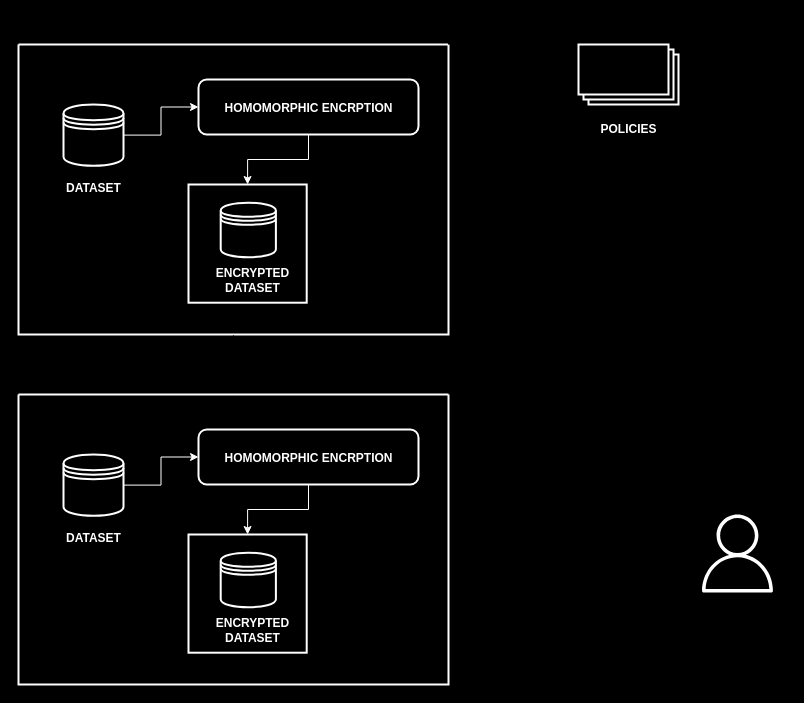
The draw.io diagram JERRY.drawio in CyberAakash/20BCS025, before the edit. Source tidied: cells renumbered, new cells numbered last; positions are measured from the earlier drawing's top-left corner, leaving out a move shared by most shapes. Both pictures are drawn from the tidied source at 100%, with x=0, y=0 at pixel (18, 44).
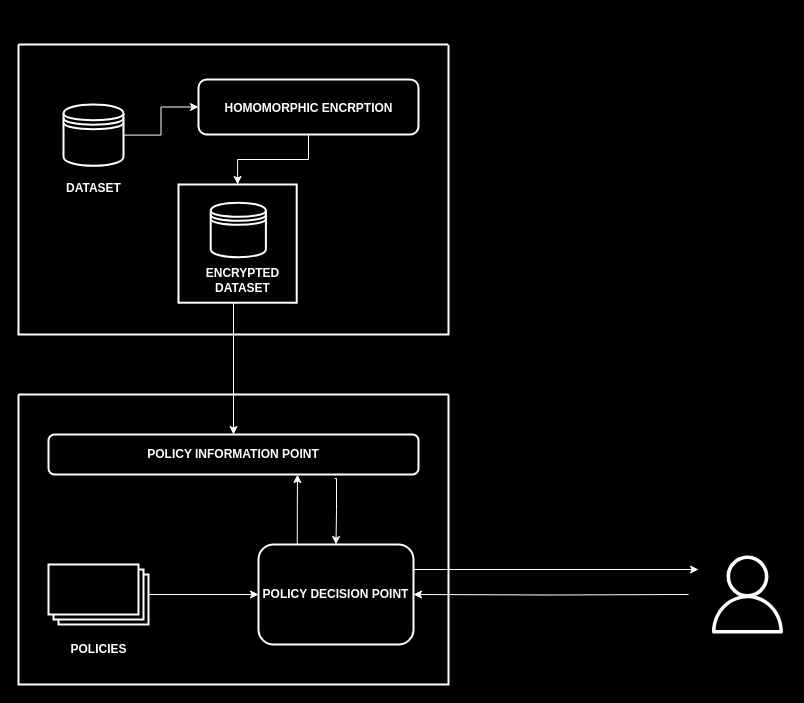
After the change.

Unchanged cells that the change refers to:
```xml
<mxCell id="2" style="swimlane;startSize=0;fillColor=#000000;strokeColor=#FFFFFF;strokeWidth=2;" parent="1" vertex="1">
  <mxGeometry width="430" height="290" as="geometry" />
</mxCell>
<mxCell id="13" style="whiteSpace=wrap;html=1;fillColor=none;strokeColor=#FFFFFF;strokeWidth=2;" parent="9" vertex="1">
  <mxGeometry width="118.2" height="118.2" as="geometry" />
</mxCell>
<mxCell id="17" style="verticalLabelPosition=bottom;verticalAlign=top;html=1;shape=mxgraph.basic.layered_rect;dx=10;outlineConnect=0;whiteSpace=wrap;fillColor=#000000;strokeWidth=2;strokeColor=#FFFFFF;" parent="16" vertex="1">
  <mxGeometry width="100" height="60" as="geometry" />
</mxCell>
```

The edit, as a diff of the source:
```diff
@@
     <mxCell id="9" style="group;" parent="2" vertex="1">
-      <mxGeometry x="170" y="140" width="145" height="150" as="geometry" />
+      <mxGeometry x="160" y="140" width="145" height="150" as="geometry" />
     </mxCell>
@@
+    <mxCell id="35" style="edgeStyle=orthogonalEdgeStyle;rounded=0;jettySize=auto;html=1;entryX=1;entryY=0.5;entryDx=0;entryDy=0;strokeColor=#FFFFFF;" parent="1" edge="1" target="36">
+      <mxGeometry relative="1" as="geometry">
+        <mxPoint x="670" y="550" as="sourcePoint" />
+      </mxGeometry>
+    </mxCell>
+    <mxCell id="19" style="sketch=0;fontColor=#232F3E;gradientColor=none;fillColor=#FFFFFF;strokeColor=#FFFFFF;dashed=0;verticalLabelPosition=bottom;verticalAlign=top;align=center;html=1;fontSize=12;fontStyle=0;shape=mxgraph.aws4.user;" parent="1" vertex="1">
+      <mxGeometry x="690" y="511" width="78" height="78" as="geometry" />
+    </mxCell>
+    <mxCell id="20" style="edgeStyle=orthogonalEdgeStyle;rounded=0;orthogonalLoop=1;jettySize=auto;html=1;exitX=1;exitY=0;exitDx=0;exitDy=0;" parent="1" edge="1" source="2" target="2">
+      <mxGeometry relative="1" as="geometry" />
+    </mxCell>
+    <mxCell id="21" style="swimlane;startSize=0;fillColor=#000000;strokeColor=#FFFFFF;strokeWidth=2;" parent="1" vertex="1">
+      <mxGeometry y="350" width="430" height="290" as="geometry" />
+    </mxCell>
+    <mxCell id="36" value="&lt;b&gt;&lt;font color=&quot;#ffffff&quot;&gt;POLICY DECISION POINT&lt;/font&gt;&lt;br&gt;&lt;/b&gt;" style="rounded=1;whiteSpace=wrap;html=1;fillColor=none;strokeColor=#FFFFFF;strokeWidth=2;" parent="21" vertex="1">
+      <mxGeometry x="240" y="150" width="155" height="100" as="geometry" />
+    </mxCell>
+    <mxCell id="37" style="edgeStyle=orthogonalEdgeStyle;rounded=0;jettySize=auto;html=1;entryX=0.5;entryY=0;entryDx=0;entryDy=0;exitX=0.773;exitY=1.1;exitDx=0;exitDy=0;exitPerimeter=0;strokeColor=#FFFFFF;" parent="21" edge="1" source="38" target="36">
+      <mxGeometry relative="1" as="geometry">
+        <Array as="points">
+          <mxPoint x="318" y="84" />
+          <mxPoint x="318" y="115" />
+        </Array>
+      </mxGeometry>
+    </mxCell>
+    <mxCell id="38" value="&lt;b&gt;&lt;font color=&quot;#ffffff&quot;&gt;POLICY INFORMATION POINT&lt;/font&gt;&lt;br&gt;&lt;/b&gt;" style="rounded=1;whiteSpace=wrap;html=1;fillColor=none;strokeColor=#FFFFFF;strokeWidth=2;" parent="21" vertex="1">
+      <mxGeometry x="30" y="40" width="370" height="40" as="geometry" />
+    </mxCell>
-    <mxCell id="16" style="group;" parent="1" vertex="1">
-      <mxGeometry x="560" width="100" height="110" as="geometry" />
+    <mxCell id="16" style="group;" parent="21" vertex="1">
+      <mxGeometry x="30" y="170" width="100" height="110" as="geometry" />
     </mxCell>
@@
-    <mxCell id="19" style="sketch=0;fontColor=#232F3E;gradientColor=none;fillColor=#FFFFFF;strokeColor=none;dashed=0;verticalLabelPosition=bottom;verticalAlign=top;align=center;html=1;fontSize=12;fontStyle=0;shape=mxgraph.aws4.user;" parent="1" vertex="1">
-      <mxGeometry x="680" y="470" width="78" height="78" as="geometry" />
-    </mxCell>
-    <mxCell id="20" style="edgeStyle=orthogonalEdgeStyle;rounded=0;orthogonalLoop=1;jettySize=auto;html=1;exitX=1;exitY=0;exitDx=0;exitDy=0;" parent="1" edge="1" source="2" target="2">
-      <mxGeometry relative="1" as="geometry" />
-    </mxCell>
-    <mxCell id="21" style="swimlane;startSize=0;fillColor=#000000;strokeColor=#FFFFFF;strokeWidth=2;" parent="1" vertex="1">
-      <mxGeometry y="350" width="430" height="290" as="geometry" />
-    </mxCell>
-    <mxCell id="22" style="group;" parent="21" vertex="1">
-      <mxGeometry x="30" y="60" width="90" height="100" as="geometry" />
-    </mxCell>
-    <mxCell id="23" style="shape=datastore;whiteSpace=wrap;html=1;fillColor=#000000;strokeColor=#FFFFFF;strokeWidth=2;" parent="22" vertex="1">
-      <mxGeometry x="15" width="60" height="61.2" as="geometry" />
-    </mxCell>
-    <mxCell id="24" value="&lt;div&gt;&lt;b&gt;DATASET&lt;/b&gt;&lt;/div&gt;" style="text;html=1;align=center;verticalAlign=middle;strokeColor=none;fillColor=none;fontColor=#FFFFFF;" parent="22" vertex="1">
-      <mxGeometry x="5" y="69.4" width="80" height="30" as="geometry" />
-    </mxCell>
-    <mxCell id="25" style="group;" parent="21" vertex="1">
-      <mxGeometry x="180" y="35" width="220" height="55" as="geometry" />
-    </mxCell>
-    <mxCell id="26" value="&lt;font color=&quot;#ffffff&quot;&gt;&lt;b&gt;HOMOMORPHIC ENCRPTION&lt;/b&gt;&lt;br&gt;&lt;/font&gt;" style="text;html=1;align=center;verticalAlign=middle;strokeColor=none;fillColor=none;" parent="25" vertex="1">
-      <mxGeometry x="15" y="13.8" width="190" height="30" as="geometry" />
-    </mxCell>
-    <mxCell id="27" style="rounded=1;whiteSpace=wrap;html=1;fillColor=none;strokeColor=#FFFFFF;strokeWidth=2;" parent="25" vertex="1">
-      <mxGeometry width="220" height="55" as="geometry" />
-    </mxCell>
-    <mxCell id="28" style="group;" parent="21" vertex="1">
-      <mxGeometry x="170" y="140" width="145" height="150" as="geometry" />
-    </mxCell>
-    <mxCell id="29" style="group;" parent="28" vertex="1">
-      <mxGeometry x="18.4" y="18.2" width="126.6" height="131.8" as="geometry" />
-    </mxCell>
-    <mxCell id="30" style="shape=datastore;whiteSpace=wrap;html=1;fillColor=#000000;strokeColor=#FFFFFF;strokeWidth=2;" parent="29" vertex="1">
-      <mxGeometry x="13.8" width="55.2" height="54.5" as="geometry" />
-    </mxCell>
-    <mxCell id="31" value="&lt;b&gt;ENCRYPTED&lt;/b&gt;&lt;div&gt;&lt;b&gt;DATASET&lt;/b&gt;&lt;/div&gt;" style="text;html=1;align=center;verticalAlign=middle;strokeColor=none;fillColor=none;fontColor=#FFFFFF;" parent="29" vertex="1">
-      <mxGeometry x="-4.6" y="57.3" width="100" height="40" as="geometry" />
-    </mxCell>
-    <mxCell id="32" style="whiteSpace=wrap;html=1;fillColor=none;strokeColor=#FFFFFF;strokeWidth=2;" parent="28" vertex="1">
-      <mxGeometry width="118.2" height="118.2" as="geometry" />
-    </mxCell>
-    <mxCell id="33" style="edgeStyle=orthogonalEdgeStyle;rounded=0;jettySize=auto;html=1;strokeColor=#FFFFFF;" parent="21" edge="1" source="27" target="32">
-      <mxGeometry relative="1" as="geometry" />
-    </mxCell>
-    <mxCell id="34" style="edgeStyle=orthogonalEdgeStyle;rounded=0;jettySize=auto;html=1;entryX=0;entryY=0.5;entryDx=0;entryDy=0;strokeColor=#FFFFFF;" parent="21" edge="1" source="23" target="27">
-      <mxGeometry relative="1" as="geometry" />
-    </mxCell>
+    <mxCell id="39" style="edgeStyle=orthogonalEdgeStyle;rounded=0;jettySize=auto;html=1;entryX=0;entryY=0.5;entryDx=0;entryDy=0;strokeColor=#FFFFFF;" parent="21" edge="1" source="17" target="36">
+      <mxGeometry relative="1" as="geometry" />
+    </mxCell>
+    <mxCell id="40" style="edgeStyle=orthogonalEdgeStyle;rounded=0;jettySize=auto;html=1;exitX=0.25;exitY=0;exitDx=0;exitDy=0;entryX=0.673;entryY=1;entryDx=0;entryDy=0;entryPerimeter=0;strokeColor=#FFFFFF;" parent="21" edge="1" source="36" target="38">
+      <mxGeometry relative="1" as="geometry" />
+    </mxCell>
+    <mxCell id="41" style="edgeStyle=orthogonalEdgeStyle;rounded=0;jettySize=auto;html=1;exitX=0.5;exitY=1;exitDx=0;exitDy=0;entryX=0.5;entryY=0;entryDx=0;entryDy=0;strokeColor=#FFFFFF;" parent="1" edge="1" source="13" target="38">
+      <mxGeometry relative="1" as="geometry">
+        <Array as="points">
+          <mxPoint x="215" y="258" />
+        </Array>
+      </mxGeometry>
+    </mxCell>
+    <mxCell id="42" style="edgeStyle=orthogonalEdgeStyle;rounded=0;jettySize=auto;html=1;exitX=1;exitY=0.25;exitDx=0;exitDy=0;strokeColor=#FFFFFF;" parent="1" edge="1" source="36">
+      <mxGeometry relative="1" as="geometry">
+        <mxPoint x="680" y="525" as="targetPoint" />
+      </mxGeometry>
+    </mxCell>
```
